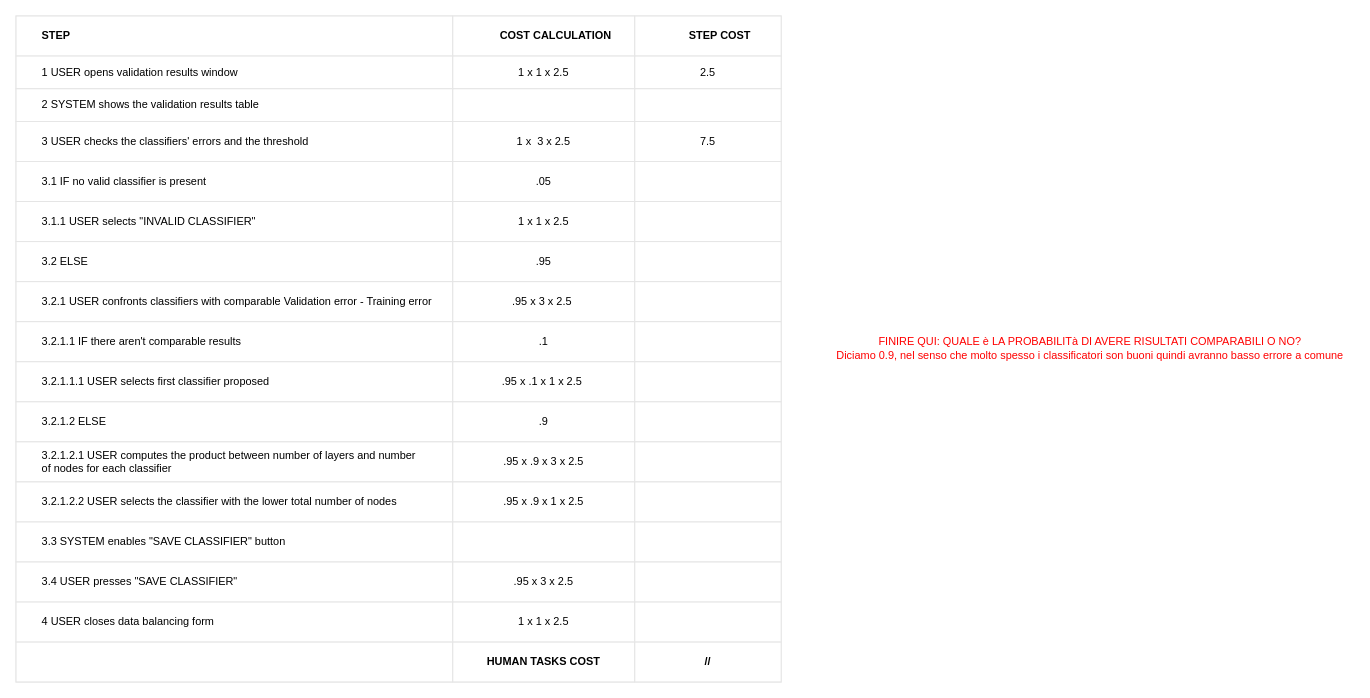
BaffoBello14/AutomaticDamagesRecognition keeps this draw.io diagram as check validation results (Cape)/table_check validation results.drawio. Above is the earlier version. Source tidied: cells renumbered, new cells numbered last; positions are measured from the earlier drawing's top-left corner, leaving out a move shared by most shapes. Both pictures are drawn from the tidied source at 91%, with x=0, y=0 at pixel (15, 15).
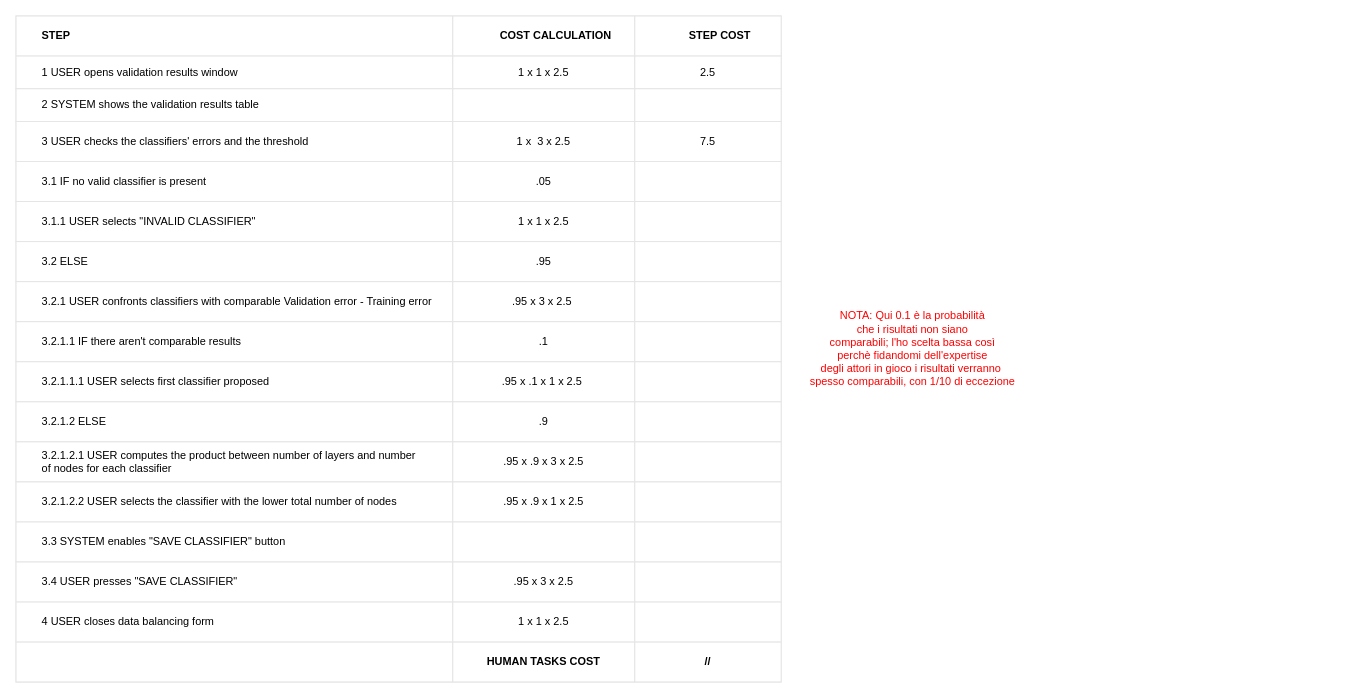
After the change.

Change to the diagram source:
```diff
@@
-    <mxCell id="71" value="FINIRE QUI: QUALE è LA PROBABILITà DI AVERE RISULTATI COMPARABILI O NO?&lt;br&gt;Diciamo 0.9, nel senso che molto spesso i classificatori son buoni quindi avranno basso errore a comune" style="text;html=1;align=center;verticalAlign=middle;strokeColor=none;fillColor=none;fontColor=#FF0000;" parent="1" vertex="1">
-      <mxGeometry x="890" y="345" width="580" height="40" as="geometry" />
+    <mxCell id="71" value="NOTA: Qui 0.1 è la probabilità&lt;br&gt;che i risultati non siano&lt;br&gt;comparabili; l'ho scelta bassa così&lt;br&gt;perchè fidandomi dell'expertise&lt;br&gt;degli attori in gioco i risultati verranno&amp;nbsp;&lt;br&gt;spesso comparabili, con 1/10 di eccezione" style="text;html=1;align=center;verticalAlign=middle;strokeColor=none;fillColor=none;fontColor=#FF0000;" parent="1" vertex="1">
+      <mxGeometry x="860" y="316" width="250" height="100" as="geometry" />
     </mxCell>
```
